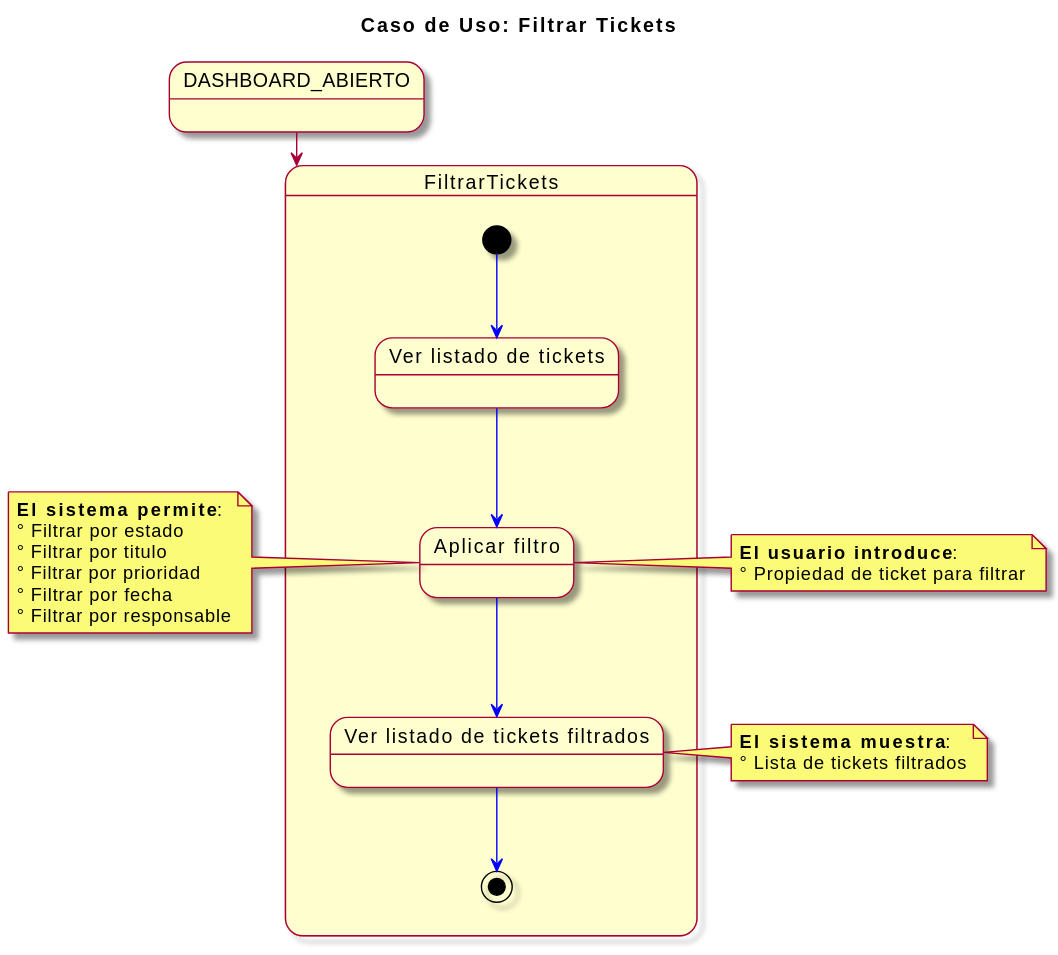
Before: imagenes/modelosUML/CDUFiltrarTicket.svg, a diagram exported from PlantUML (mmasias/23-24-IdSw1-SDR). The source it was exported from:
```plantuml
@startuml
skin rose
title Caso de Uso: Filtrar Tickets

state DASHBOARD_ABIERTO
DASHBOARD_ABIERTO --> FiltrarTickets

state FiltrarTickets {

  [*] -[#blue]-> verlistadoTickets
  state "Ver listado de tickets" as verlistadoTickets
  verlistadoTickets -[#blue]-> confirmarFiltrado
  state "Aplicar filtro" as confirmarFiltrado
  confirmarFiltrado -[#blue]-> listadoFiltrado
  state "Ver listado de tickets filtrados" as listadoFiltrado
  listadoFiltrado -[#blue]-> [*]

}

note left of confirmarFiltrado
  **El sistema permite**:
  ° Filtrar por estado
  ° Filtrar por titulo
  ° Filtrar por prioridad
  ° Filtrar por fecha
  ° Filtrar por responsable
end note

note left of listadoFiltrado
  **El sistema muestra**:
  ° Lista de tickets filtrados
end note

note right of confirmarFiltrado
  **El usuario introduce**:
  ° Propiedad de ticket para filtrar
end note
@enduml
```
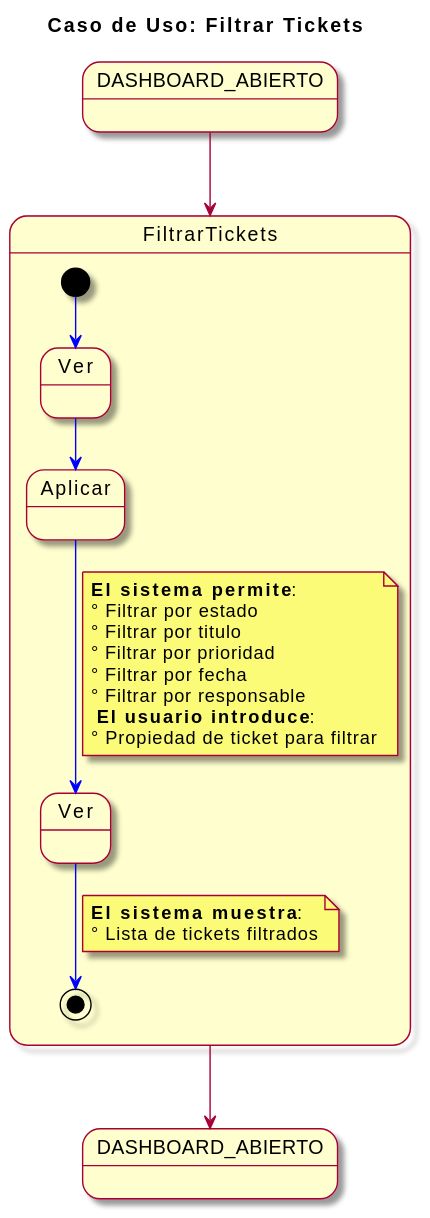
Later version of the same file.

Change to the diagram source:
```diff
@@ -2,37 +2,36 @@
 skin rose
 title Caso de Uso: Filtrar Tickets
 
-state DASHBOARD_ABIERTO
+state "DASHBOARD_ABIERTO" as DASHBOARD_ABIERTO2
 DASHBOARD_ABIERTO --> FiltrarTickets
+FiltrarTickets --> DASHBOARD_ABIERTO2
 
 state FiltrarTickets {
 
+
   [*] -[#blue]-> verlistadoTickets
-  state "Ver listado de tickets" as verlistadoTickets
+  state "Ver" as verlistadoTickets
   verlistadoTickets -[#blue]-> confirmarFiltrado
-  state "Aplicar filtro" as confirmarFiltrado
+  state "Aplicar" as confirmarFiltrado
   confirmarFiltrado -[#blue]-> listadoFiltrado
-  state "Ver listado de tickets filtrados" as listadoFiltrado
-  listadoFiltrado -[#blue]-> [*]
-
-}
-
-note left of confirmarFiltrado
+  note on link
   **El sistema permite**:
   ° Filtrar por estado
   ° Filtrar por titulo
   ° Filtrar por prioridad
   ° Filtrar por fecha
   ° Filtrar por responsable
+   **El usuario introduce**:
+  ° Propiedad de ticket para filtrar
 end note
+  state "Ver" as listadoFiltrado
+  listadoFiltrado -[#blue]-> [*]
 
-note left of listadoFiltrado
+
+}
+
+note on link
   **El sistema muestra**:
   ° Lista de tickets filtrados
 end note
-
-note right of confirmarFiltrado
-  **El usuario introduce**:
-  ° Propiedad de ticket para filtrar
-end note
 @enduml
```
